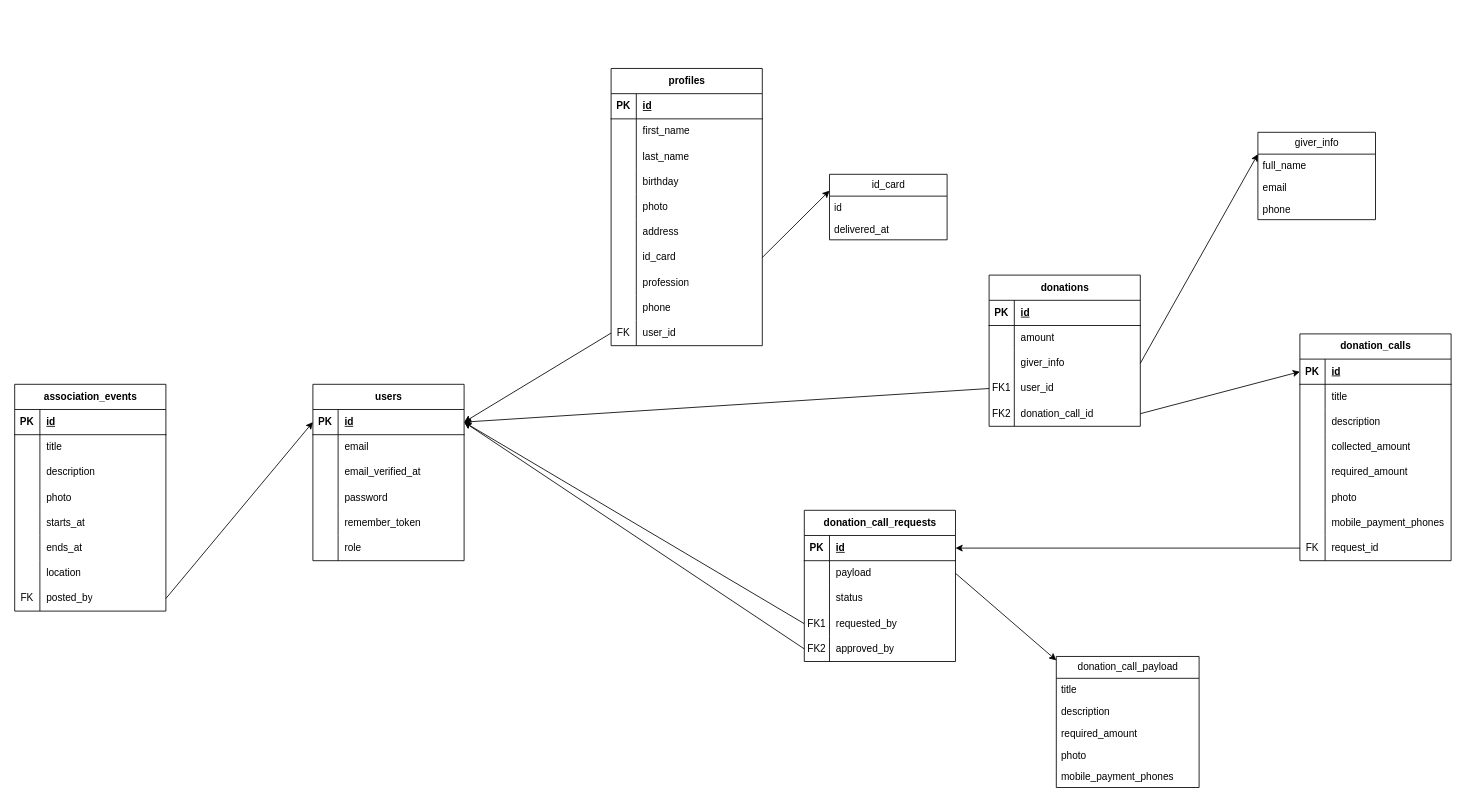
Above: page "Database" (1 of 2) of diagrams.drawio in AmazingTool777/gestion-association-laravel-mysql (draw.io), before the change. Source tidied: cells renumbered, new cells numbered last; positions are measured from the earlier drawing's top-left corner, leaving out a move shared by most shapes. Both pictures are drawn from the tidied source at 84%, with x=0, y=0 at pixel (14, 68).
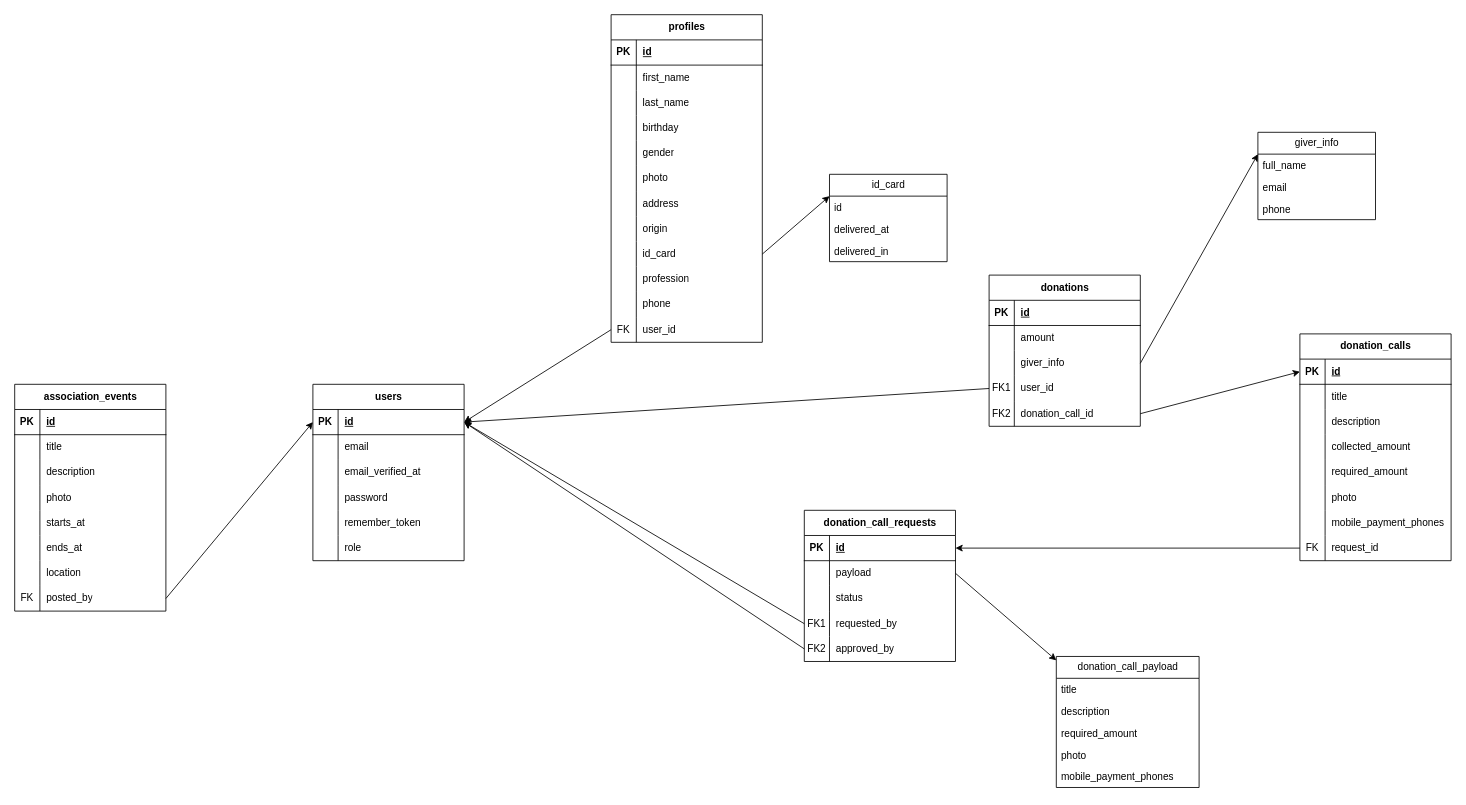
The same diagram, later.

The edit, as a diff of the source:
```diff
@@
     <mxCell id="21" value="profiles" style="shape=table;startSize=30;childLayout=tableLayout;rowLines=0;fontStyle=1;align=center;html=1;" parent="1" vertex="1">
-      <mxGeometry x="710" width="180" height="330" as="geometry" />
+      <mxGeometry x="710" y="-64" width="180" height="390" as="geometry" />
     </mxCell>
@@
+    <mxCell id="157" style="shape=tableRow;horizontal=0;startSize=0;swimlaneHead=0;swimlaneBody=0;fillColor=none;top=0;left=0;right=0;bottom=0;" parent="21" vertex="1">
+      <mxGeometry y="150" width="180" height="30" as="geometry" />
+    </mxCell>
+    <mxCell id="158" style="shape=partialRectangle;fillColor=none;top=0;left=0;bottom=0;right=0;overflow=hidden;whiteSpace=wrap;html=1;" parent="157" vertex="1">
+      <mxGeometry width="30" height="30" as="geometry" />
+    </mxCell>
+    <mxCell id="159" value="gender" style="shape=partialRectangle;fillColor=none;top=0;left=0;bottom=0;right=0;align=left;spacingLeft=6;overflow=hidden;whiteSpace=wrap;html=1;" parent="157" vertex="1">
+      <mxGeometry x="30" width="150" height="30" as="geometry" />
+    </mxCell>
     <mxCell id="34" style="shape=tableRow;horizontal=0;startSize=0;swimlaneHead=0;swimlaneBody=0;fillColor=none;top=0;left=0;right=0;bottom=0;" parent="21" vertex="1">
-      <mxGeometry y="150" width="180" height="30" as="geometry" />
+      <mxGeometry y="180" width="180" height="30" as="geometry" />
     </mxCell>
@@
     <mxCell id="37" style="shape=tableRow;horizontal=0;startSize=0;swimlaneHead=0;swimlaneBody=0;fillColor=none;top=0;left=0;right=0;bottom=0;" parent="21" vertex="1">
-      <mxGeometry y="180" width="180" height="30" as="geometry" />
+      <mxGeometry y="210" width="180" height="30" as="geometry" />
     </mxCell>
@@
+    <mxCell id="160" style="shape=tableRow;horizontal=0;startSize=0;swimlaneHead=0;swimlaneBody=0;fillColor=none;top=0;left=0;right=0;bottom=0;" parent="21" vertex="1">
+      <mxGeometry y="240" width="180" height="30" as="geometry" />
+    </mxCell>
+    <mxCell id="161" style="shape=partialRectangle;fillColor=none;top=0;left=0;bottom=0;right=0;overflow=hidden;whiteSpace=wrap;html=1;" parent="160" vertex="1">
+      <mxGeometry width="30" height="30" as="geometry" />
+    </mxCell>
+    <mxCell id="162" value="origin" style="shape=partialRectangle;fillColor=none;top=0;left=0;bottom=0;right=0;align=left;spacingLeft=6;overflow=hidden;whiteSpace=wrap;html=1;" parent="160" vertex="1">
+      <mxGeometry x="30" width="150" height="30" as="geometry" />
+    </mxCell>
     <mxCell id="40" style="shape=tableRow;horizontal=0;startSize=0;swimlaneHead=0;swimlaneBody=0;fillColor=none;points=[[0,0.5],[1,0.5]];portConstraint=eastwest;top=0;left=0;right=0;bottom=0;" parent="21" vertex="1">
-      <mxGeometry y="210" width="180" height="30" as="geometry" />
+      <mxGeometry y="270" width="180" height="30" as="geometry" />
     </mxCell>
@@
     <mxCell id="43" style="shape=tableRow;horizontal=0;startSize=0;swimlaneHead=0;swimlaneBody=0;fillColor=none;top=0;left=0;right=0;bottom=0;" parent="21" vertex="1">
-      <mxGeometry y="240" width="180" height="30" as="geometry" />
+      <mxGeometry y="300" width="180" height="30" as="geometry" />
     </mxCell>
@@
     <mxCell id="46" style="shape=tableRow;horizontal=0;startSize=0;swimlaneHead=0;swimlaneBody=0;fillColor=none;top=0;left=0;right=0;bottom=0;" parent="21" vertex="1">
-      <mxGeometry y="270" width="180" height="30" as="geometry" />
+      <mxGeometry y="330" width="180" height="30" as="geometry" />
     </mxCell>
@@
     <mxCell id="49" style="shape=tableRow;horizontal=0;startSize=0;swimlaneHead=0;swimlaneBody=0;fillColor=none;points=[[0,0.5],[1,0.5]];portConstraint=eastwest;top=0;left=0;right=0;bottom=0;" parent="21" vertex="1">
-      <mxGeometry y="300" width="180" height="30" as="geometry" />
+      <mxGeometry y="360" width="180" height="30" as="geometry" />
     </mxCell>
@@
     <mxCell id="141" value="id_card" style="swimlane;fontStyle=0;horizontal=1;startSize=26;fillColor=none;html=1;" parent="1" vertex="1">
-      <mxGeometry x="970" y="126" width="140" height="78" as="geometry" />
+      <mxGeometry x="970" y="126" width="140" height="104" as="geometry" />
     </mxCell>
@@
+    <mxCell id="163" value="delivered_in" style="text;strokeColor=none;fillColor=none;align=left;verticalAlign=top;spacingLeft=4;spacingRight=4;overflow=hidden;whiteSpace=wrap;html=1;" parent="141" vertex="1">
+      <mxGeometry y="78" width="140" height="26" as="geometry" />
+    </mxCell>
```
